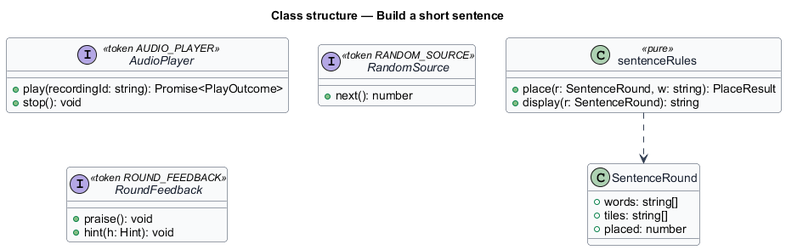
The PlantUML diagram docs/detailed-designs/sound-out/build-a-sentence/diagrams/class.png in QuinntyneBrown/pibbo, before a commit.
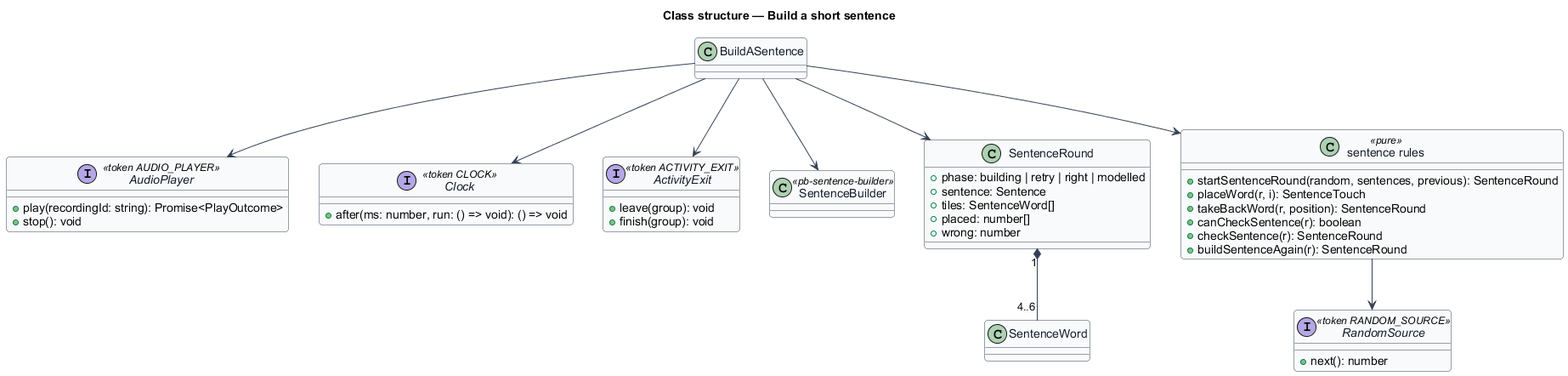
After the commit.

What changed in the source:
```diff
@@ -18,19 +18,37 @@
 interface RandomSource <<token RANDOM_SOURCE>> {
   +next(): number
 }
-interface RoundFeedback <<token ROUND_FEEDBACK>> {
-  +praise(): void
-  +hint(h: Hint): void
+interface Clock <<token CLOCK>> {
+  +after(ms: number, run: () => void): () => void
+}
+interface ActivityExit <<token ACTIVITY_EXIT>> {
+  +leave(group): void
+  +finish(group): void
 }
 
+class BuildASentence
+class SentenceBuilder <<pb-sentence-builder>>
 class SentenceRound {
-  +words: string[]
-  +tiles: string[]
-  +placed: number
+  +phase: building | retry | right | modelled
+  +sentence: Sentence
+  +tiles: SentenceWord[]
+  +placed: number[]
+  +wrong: number
 }
-class sentenceRules <<pure>> {
-  +place(r: SentenceRound, w: string): PlaceResult
-  +display(r: SentenceRound): string
+class "sentence rules" as rules <<pure>> {
+  +startSentenceRound(random, sentences, previous): SentenceRound
+  +placeWord(r, i): SentenceTouch
+  +takeBackWord(r, position): SentenceRound
+  +canCheckSentence(r): boolean
+  +checkSentence(r): SentenceRound
+  +buildSentenceAgain(r): SentenceRound
 }
-sentenceRules ..> SentenceRound
+SentenceRound "1" *-- "4..6" SentenceWord
+BuildASentence --> SentenceBuilder
+BuildASentence --> rules
+BuildASentence --> SentenceRound
+BuildASentence --> AudioPlayer
+BuildASentence --> Clock
+BuildASentence --> ActivityExit
+rules --> RandomSource
 @enduml
```
